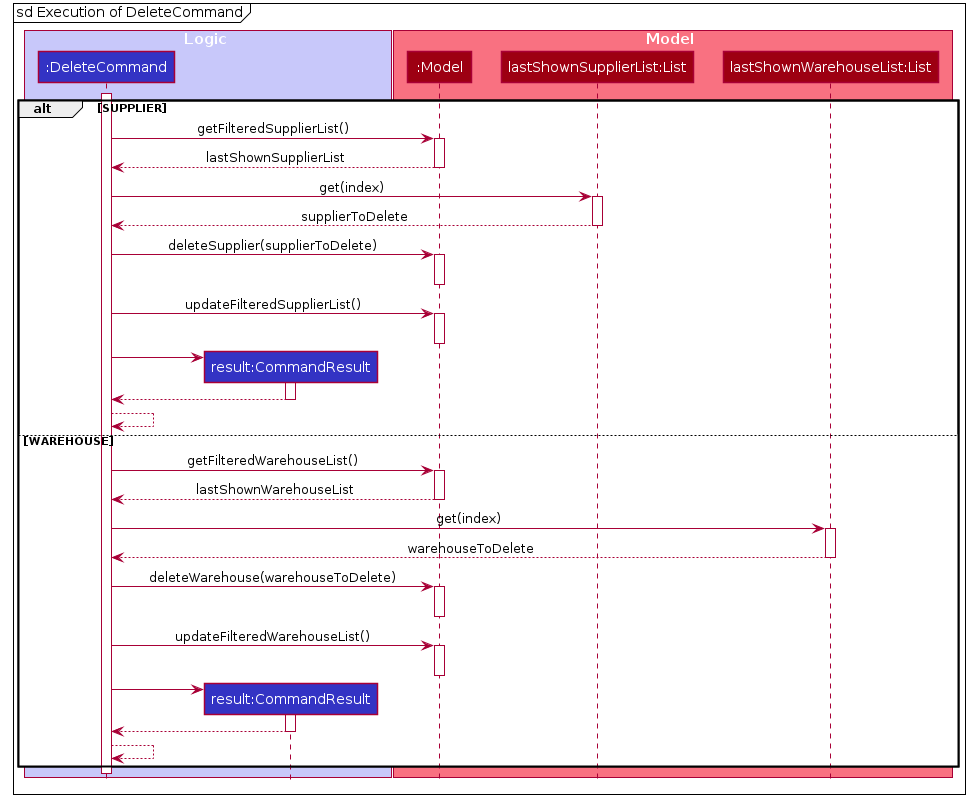
tohyuting/tp keeps this PlantUML diagram as docs/images/DeleteCommandExecutionSequenceDiagram.png. Above is the earlier version.
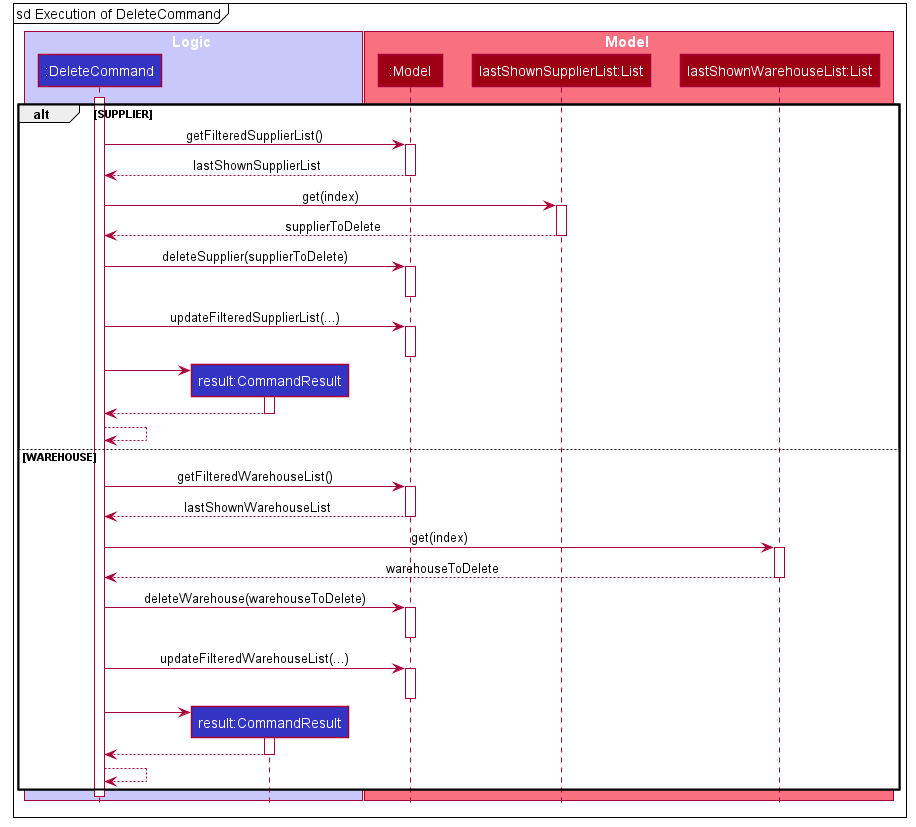
The same file after the commit.

Commit message:
fix more UML bugs

What changed in the source:
```diff
@@ -76,7 +76,7 @@
 activate Model
 deactivate Model
 
-DeleteCommand -> Model : updateFilteredSupplierList()
+DeleteCommand -> Model : updateFilteredSupplierList(...)
 activate Model
 deactivate Model
 
@@ -105,7 +105,7 @@
 activate Model
 deactivate Model
 
-DeleteCommand -> Model : updateFilteredWarehouseList()
+DeleteCommand -> Model : updateFilteredWarehouseList(...)
 activate Model
 deactivate Model
 
```
